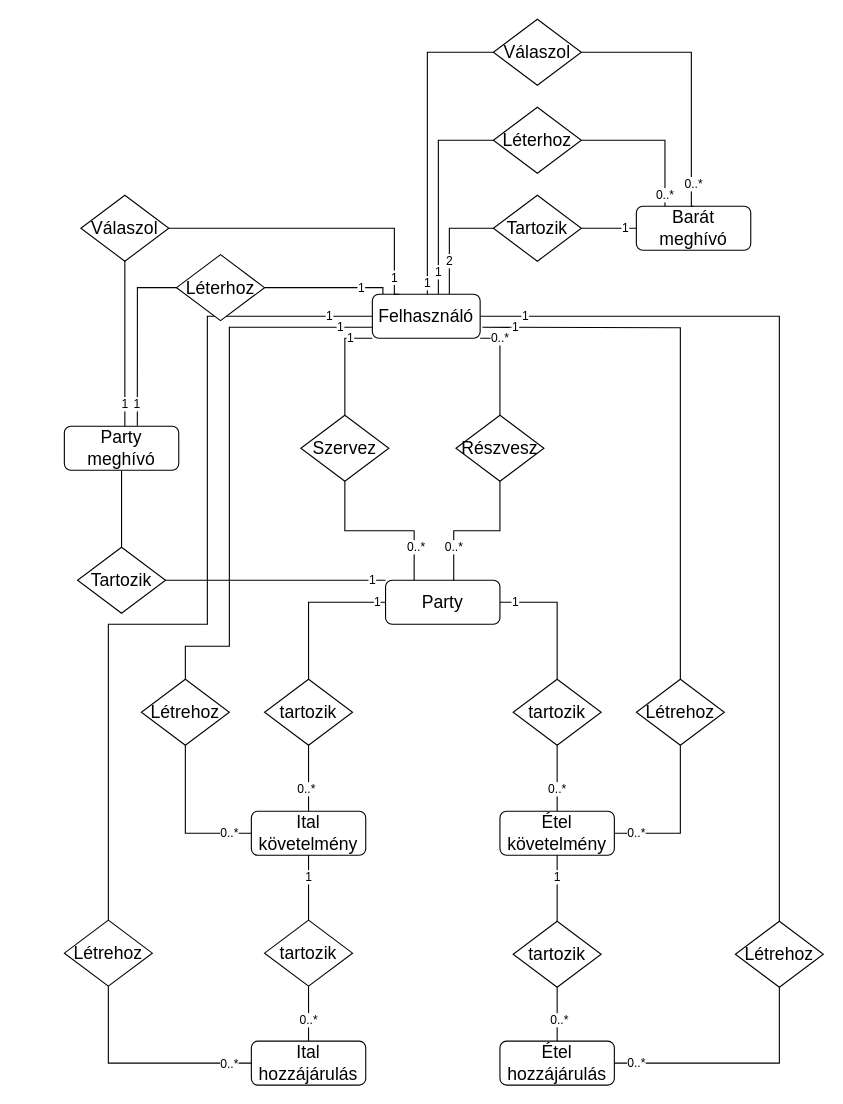
Earlier version of the draw.io diagram project_plans/diagrams/Modellek_kozotti_kapcsolat.drawio (zsomborCzaban/party_organizer). Source tidied: cells renumbered, new cells numbered last; positions are measured from the earlier drawing's top-left corner, leaving out a move shared by most shapes. Both pictures are drawn from the tidied source at 110%, with x=0, y=0 at pixel (64, 19).
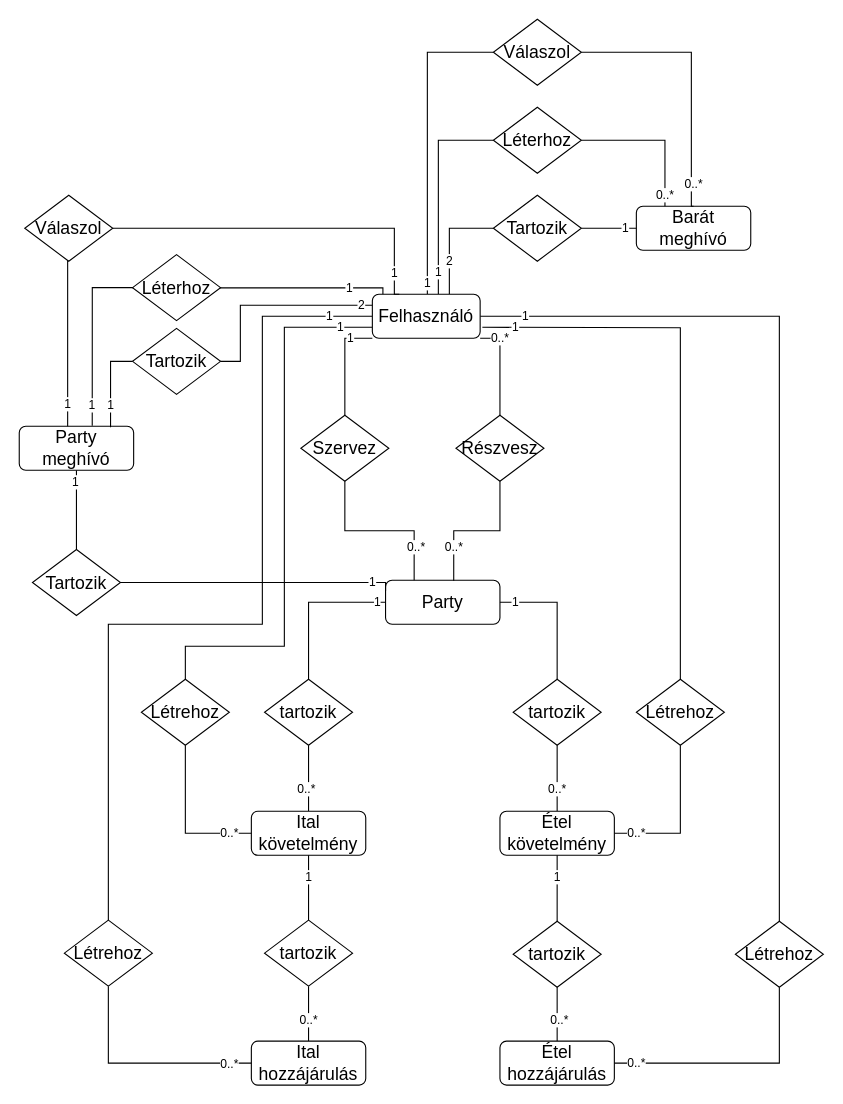
Above is the later version.

The change refers to these unchanged cells:
```xml
<mxCell id="3" value="&lt;font style=&quot;font-size: 16px;&quot;&gt;Party&lt;/font&gt;" style="rounded=1;whiteSpace=wrap;html=1;" parent="1" vertex="1">
  <mxGeometry x="292" y="510" width="104" height="40" as="geometry" />
</mxCell>
<mxCell id="29" value="&lt;span style=&quot;font-size: 16px;&quot;&gt;Felhasználó&lt;/span&gt;" style="rounded=1;whiteSpace=wrap;html=1;" parent="1" vertex="1">
  <mxGeometry x="280" y="250" width="98" height="40" as="geometry" />
</mxCell>
<mxCell id="43" value="&lt;font style=&quot;font-size: 16px;&quot;&gt;Létrehoz&lt;/font&gt;" style="rhombus;whiteSpace=wrap;html=1;" parent="1" vertex="1">
  <mxGeometry x="70" y="600" width="80" height="60" as="geometry" />
</mxCell>
<mxCell id="45" value="&lt;font style=&quot;font-size: 16px;&quot;&gt;Létrehoz&lt;/font&gt;" style="rhombus;whiteSpace=wrap;html=1;" parent="1" vertex="1">
  <mxGeometry y="819" width="80" height="60" as="geometry" />
</mxCell>
```

The edit, as a diff of the source:
```diff
@@
-    <mxCell id="21" value="1" style="edgeStyle=orthogonalEdgeStyle;rounded=0;orthogonalLoop=1;jettySize=auto;html=1;entryX=1;entryY=0.5;entryDx=0;entryDy=0;exitX=0.15;exitY=-0.09;exitDx=0;exitDy=0;exitPerimeter=0;endArrow=none;endFill=0;" parent="1" edge="1">
+    <mxCell id="21" value="1" style="edgeStyle=orthogonalEdgeStyle;rounded=0;jettySize=auto;html=1;entryX=0.915;entryY=0.503;entryDx=0;entryDy=0;exitX=0.15;exitY=-0.09;exitDx=0;exitDy=0;exitPerimeter=0;endArrow=none;endFill=0;entryPerimeter=0;" parent="1" edge="1" target="38">
       <mxGeometry x="-0.54" relative="1" as="geometry">
         <mxPoint x="289.6" y="250.4" as="sourcePoint" />
-        <mxPoint x="182" y="244" as="targetPoint" />
         <Array as="points">
           <mxPoint x="290" y="244" />
         </Array>
       </mxGeometry>
     </mxCell>
     <mxCell id="22" value="1" style="edgeStyle=orthogonalEdgeStyle;rounded=0;jettySize=auto;html=1;entryX=0.5;entryY=0;entryDx=0;entryDy=0;exitX=0;exitY=0.75;exitDx=0;exitDy=0;endArrow=none;endFill=0;" parent="1" edge="1" source="29" target="43">
       <mxGeometry x="-0.88" relative="1" as="geometry">
         <Array as="points">
-          <mxPoint x="150" y="280" />
-          <mxPoint x="150" y="570" />
+          <mxPoint x="200" y="280" />
+          <mxPoint x="200" y="570" />
           <mxPoint x="110" y="570" />
         </Array>
       </mxGeometry>
     </mxCell>
     <mxCell id="23" value="1" style="edgeStyle=orthogonalEdgeStyle;rounded=0;jettySize=auto;html=1;entryX=0.5;entryY=0;entryDx=0;entryDy=0;endArrow=none;endFill=0;" parent="1" edge="1" source="29" target="45">
       <mxGeometry x="-0.9" relative="1" as="geometry">
         <Array as="points">
-          <mxPoint x="130" y="270" />
-          <mxPoint x="130" y="550" />
+          <mxPoint x="180" y="270" />
+          <mxPoint x="180" y="550" />
           <mxPoint x="40" y="550" />
         </Array>
       </mxGeometry>
     </mxCell>
@@
-    <mxCell id="34" value="1" style="edgeStyle=orthogonalEdgeStyle;rounded=0;jettySize=auto;html=1;entryX=0;entryY=0;entryDx=0;entryDy=0;endArrow=none;endFill=0;" parent="1" edge="1" source="35" target="3">
-      <mxGeometry x="0.93" relative="1" as="geometry">
-        <Array as="points">
-          <mxPoint x="52" y="510" />
-        </Array>
-      </mxGeometry>
-    </mxCell>
+    <mxCell id="57" value="1" style="edgeStyle=orthogonalEdgeStyle;rounded=0;jettySize=auto;html=1;entryX=0.5;entryY=0;entryDx=0;entryDy=0;endArrow=none;endFill=0;" parent="1" edge="1" source="35" target="50">
+      <mxGeometry x="-0.69" y="-1" relative="1" as="geometry">
+        <Array as="points">
+          <mxPoint x="11" y="421" />
+          <mxPoint x="11" y="421" />
+        </Array>
+      </mxGeometry>
+    </mxCell>
     <mxCell id="35" value="&lt;span style=&quot;font-size: 16px;&quot;&gt;Party meghívó&lt;/span&gt;" style="rounded=1;whiteSpace=wrap;html=1;" parent="1" vertex="1">
-      <mxGeometry y="370" width="104" height="40" as="geometry" />
+      <mxGeometry x="-41" y="370" width="104" height="40" as="geometry" />
     </mxCell>
@@
     <mxCell id="37" value="1" style="edgeStyle=orthogonalEdgeStyle;rounded=0;jettySize=auto;html=1;endArrow=none;endFill=0;entryX=0.638;entryY=-0.01;entryDx=0;entryDy=0;entryPerimeter=0;" parent="1" edge="1" target="35">
-      <mxGeometry x="0.76" relative="1" as="geometry">
+      <mxGeometry x="0.82" relative="1" as="geometry">
         <mxPoint x="107.3" y="244" as="sourcePoint" />
         <Array as="points">
-          <mxPoint x="66" y="244" />
+          <mxPoint x="25" y="244" />
         </Array>
       </mxGeometry>
     </mxCell>
     <mxCell id="38" value="&lt;font style=&quot;font-size: 16px;&quot;&gt;Léterhoz&lt;/font&gt;" style="rhombus;whiteSpace=wrap;html=1;" parent="1" vertex="1">
-      <mxGeometry x="102" y="214" width="80" height="60" as="geometry" />
+      <mxGeometry x="62" y="214" width="80" height="60" as="geometry" />
     </mxCell>
@@
     <mxCell id="40" value="1" style="edgeStyle=orthogonalEdgeStyle;rounded=0;orthogonalLoop=1;jettySize=auto;html=1;endArrow=none;endFill=0;" parent="1" edge="1">
       <mxGeometry x="0.6" relative="1" as="geometry">
-        <mxPoint x="55" y="217" as="sourcePoint" />
-        <mxPoint x="55" y="357" as="targetPoint" />
+        <mxPoint x="3" y="217" as="sourcePoint" />
+        <mxPoint x="3" y="357" as="targetPoint" />
         <Array as="points">
-          <mxPoint x="55" y="370" />
+          <mxPoint x="3" y="370" />
         </Array>
       </mxGeometry>
     </mxCell>
     <mxCell id="41" value="&lt;font style=&quot;font-size: 16px;&quot;&gt;Válaszol&lt;/font&gt;" style="rhombus;whiteSpace=wrap;html=1;" parent="1" vertex="1">
-      <mxGeometry x="15" y="160" width="80" height="60" as="geometry" />
+      <mxGeometry x="-36" y="160" width="80" height="60" as="geometry" />
     </mxCell>
@@
+    <mxCell id="58" value="1" style="edgeStyle=orthogonalEdgeStyle;rounded=0;jettySize=auto;html=1;entryX=0;entryY=0.25;entryDx=0;entryDy=0;endArrow=none;endFill=0;" parent="1" edge="1" source="50" target="3">
+      <mxGeometry x="0.84" relative="1" as="geometry">
+        <Array as="points">
+          <mxPoint x="292" y="512" />
+        </Array>
+      </mxGeometry>
+    </mxCell>
     <mxCell id="50" value="&lt;font style=&quot;font-size: 16px;&quot;&gt;Tartozik&lt;/font&gt;" style="rhombus;whiteSpace=wrap;html=1;" parent="1" vertex="1">
-      <mxGeometry x="12" y="480" width="80" height="60" as="geometry" />
+      <mxGeometry x="-29" y="482" width="80" height="60" as="geometry" />
     </mxCell>
@@
+    <mxCell id="59" value="2" style="edgeStyle=orthogonalEdgeStyle;rounded=0;jettySize=auto;html=1;entryX=0;entryY=0.25;entryDx=0;entryDy=0;endArrow=none;endFill=0;" parent="1" edge="1" source="60" target="29">
+      <mxGeometry x="0.89" relative="1" as="geometry">
+        <Array as="points">
+          <mxPoint x="160" y="311" />
+          <mxPoint x="160" y="260" />
+        </Array>
+      </mxGeometry>
+    </mxCell>
+    <mxCell id="60" value="&lt;font style=&quot;font-size: 16px;&quot;&gt;Tartozik&lt;/font&gt;" style="rhombus;whiteSpace=wrap;html=1;" parent="1" vertex="1">
+      <mxGeometry x="62" y="281" width="80" height="60" as="geometry" />
+    </mxCell>
+    <mxCell id="61" value="1" style="edgeStyle=orthogonalEdgeStyle;rounded=0;jettySize=auto;html=1;exitX=0;exitY=0.5;exitDx=0;exitDy=0;endArrow=none;endFill=0;" parent="1" edge="1" source="60">
+      <mxGeometry x="0.5" relative="1" as="geometry">
+        <mxPoint x="42" y="371" as="targetPoint" />
+        <Array as="points">
+          <mxPoint x="42" y="320" />
+          <mxPoint x="42" y="373" />
+        </Array>
+      </mxGeometry>
+    </mxCell>
```
